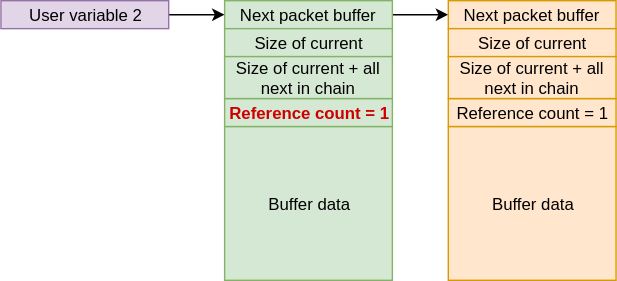
Earlier version of the draw.io export docs/src/pbuf_block_diagram_after_free.svg (gopimn/GSM_AT_Lib_res). Source tidied: cells renumbered, new cells last; positions are measured from the earlier drawing's top-left corner, leaving out a move shared by most shapes.
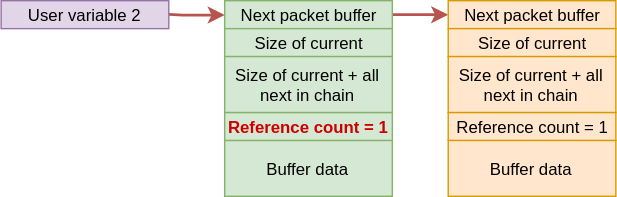
Later version of the same file.

What changed in the source:
```diff
@@ -3,22 +3,22 @@
     <mxCell id="0" />
     <mxCell id="1" parent="0" />
     <mxCell id="2" value="Buffer data" style="rounded=0;whiteSpace=wrap;html=1;fontSize=12;fillColor=#d5e8d4;strokeColor=#82b366;" parent="1" vertex="1">
-      <mxGeometry x="160" y="90" width="120" height="110" as="geometry" />
+      <mxGeometry x="160" y="100" width="120" height="40" as="geometry" />
     </mxCell>
     <mxCell id="3" value="Reference count = 1" style="rounded=0;whiteSpace=wrap;html=1;fontSize=12;fillColor=#d5e8d4;strokeColor=#82b366;fontColor=#CC0000;fontStyle=1;" parent="1" vertex="1">
-      <mxGeometry x="160" y="70" width="120" height="20" as="geometry" />
+      <mxGeometry x="160" y="80" width="120" height="20" as="geometry" />
     </mxCell>
-    <mxCell id="4" style="edgeStyle=orthogonalEdgeStyle;rounded=0;html=1;jettySize=auto;fontSize=12;" parent="1" edge="1" source="5" target="8">
+    <mxCell id="4" style="edgeStyle=orthogonalEdgeStyle;rounded=0;html=1;jettySize=auto;fontSize=12;fillColor=#f8cecc;strokeColor=#b85450;strokeWidth=2;" parent="1" edge="1" source="5" target="8">
       <mxGeometry relative="1" as="geometry" />
     </mxCell>
     <mxCell id="5" value="Next packet buffer" style="rounded=0;whiteSpace=wrap;html=1;fontSize=12;fillColor=#d5e8d4;strokeColor=#82b366;" parent="1" vertex="1">
       <mxGeometry x="160" width="120" height="20" as="geometry" />
     </mxCell>
     <mxCell id="6" value="Buffer data" style="rounded=0;whiteSpace=wrap;html=1;fontSize=12;fillColor=#ffe6cc;strokeColor=#d79b00;" parent="1" vertex="1">
-      <mxGeometry x="320" y="90" width="120" height="110" as="geometry" />
+      <mxGeometry x="320" y="100" width="120" height="40" as="geometry" />
     </mxCell>
     <mxCell id="7" value="Reference count = 1" style="rounded=0;whiteSpace=wrap;html=1;fontSize=12;fillColor=#ffe6cc;strokeColor=#d79b00;" parent="1" vertex="1">
-      <mxGeometry x="320" y="70" width="120" height="20" as="geometry" />
+      <mxGeometry x="320" y="80" width="120" height="20" as="geometry" />
     </mxCell>
     <mxCell id="8" value="Next packet buffer" style="rounded=0;whiteSpace=wrap;html=1;fontSize=12;fillColor=#ffe6cc;strokeColor=#d79b00;" parent="1" vertex="1">
       <mxGeometry x="320" width="120" height="20" as="geometry" />
@@ -30,12 +30,12 @@
       <mxGeometry x="320" y="20" width="120" height="20" as="geometry" />
     </mxCell>
     <mxCell id="11" value="Size of current + all next in chain" style="rounded=0;whiteSpace=wrap;html=1;fontSize=12;fillColor=#d5e8d4;strokeColor=#82b366;" parent="1" vertex="1">
-      <mxGeometry x="160" y="40" width="120" height="30" as="geometry" />
+      <mxGeometry x="160" y="40" width="120" height="40" as="geometry" />
     </mxCell>
     <mxCell id="12" value="Size of current + all next in chain" style="rounded=0;whiteSpace=wrap;html=1;fontSize=12;fillColor=#ffe6cc;strokeColor=#d79b00;" parent="1" vertex="1">
-      <mxGeometry x="320" y="40" width="120" height="30" as="geometry" />
+      <mxGeometry x="320" y="40" width="120" height="40" as="geometry" />
     </mxCell>
-    <mxCell id="13" style="edgeStyle=orthogonalEdgeStyle;rounded=0;html=1;exitX=1;exitY=0.5;jettySize=auto;fontSize=12;" parent="1" edge="1" source="14">
+    <mxCell id="13" style="edgeStyle=orthogonalEdgeStyle;rounded=0;html=1;exitX=1;exitY=0.5;jettySize=auto;fontSize=12;fillColor=#f8cecc;strokeColor=#b85450;strokeWidth=2;" parent="1" edge="1" source="14">
       <mxGeometry relative="1" as="geometry">
         <mxPoint x="160" y="10.2" as="targetPoint" />
         <Array as="points">
```
